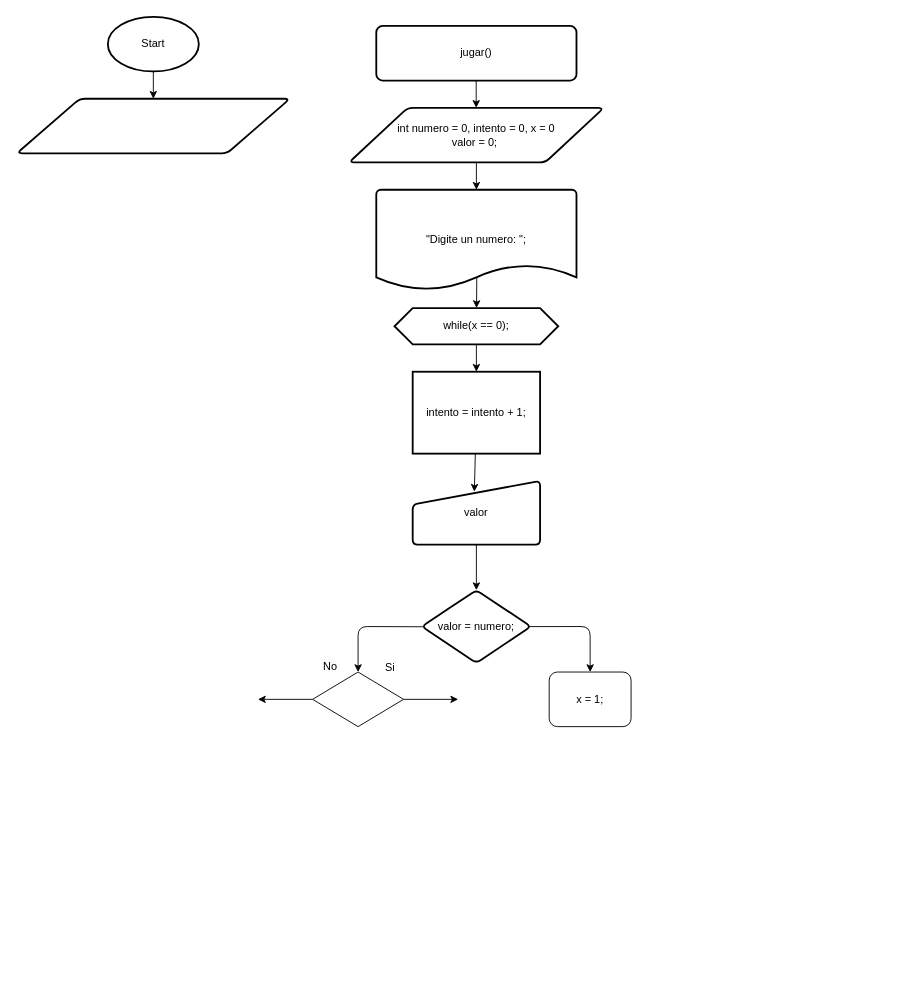
The draw.io diagram NumeroAleatorio.drawio in AnthonyLozadaAlexander/DiagramaDeFlujos, before the edit. Source tidied: cells renumbered, new cells numbered last; positions are measured from the earlier drawing's top-left corner, leaving out a move shared by most shapes. Both pictures are drawn from the tidied source at 91%, with x=0, y=0 at pixel (16, 16).
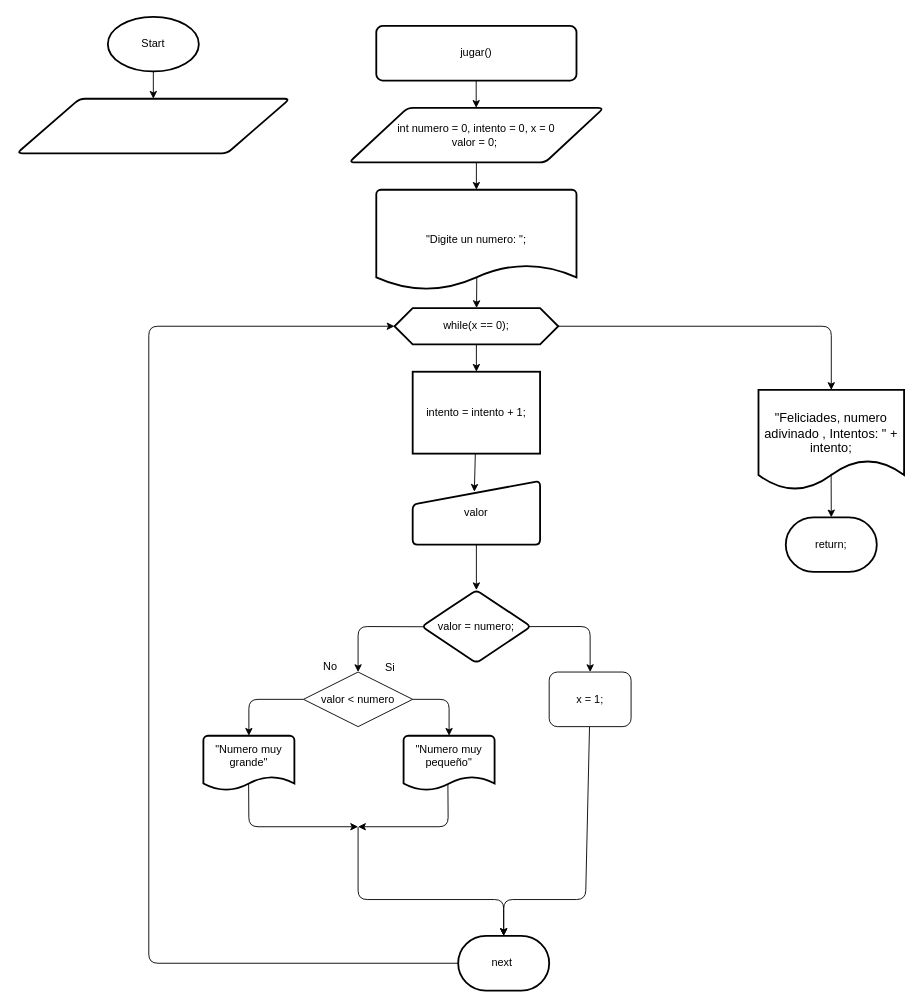
The same diagram, later.

Commit message:
Actualizar diagrama de flujo del método de números aleatorios para mejorar la lógica de flujo y la visualización de los procesos.

The change refers to these unchanged cells:
```xml
<mxCell id="12" value="while(x == 0);" style="whiteSpace=wrap;html=1;strokeWidth=2;shape=hexagon;perimeter=hexagonPerimeter2;fixedSize=1;" parent="1" vertex="1">
  <mxGeometry x="415" y="320" width="180" height="40" as="geometry" />
</mxCell>
<mxCell id="20" value="x = 1;" style="rounded=1;whiteSpace=wrap;html=1;" parent="1" vertex="1">
  <mxGeometry x="585" y="720" width="90" height="60" as="geometry" />
</mxCell>
```

The edit, as a diff of the source:
```diff
@@
+    <mxCell id="26" style="edgeStyle=none;html=1;exitX=1;exitY=0.5;exitDx=0;exitDy=0;" parent="1" edge="1" source="12">
+      <mxGeometry relative="1" as="geometry">
+        <mxPoint x="895" y="410" as="targetPoint" />
+        <Array as="points">
+          <mxPoint x="895" y="340" />
+        </Array>
+      </mxGeometry>
+    </mxCell>
@@
+    <mxCell id="27" style="edgeStyle=none;html=1;" parent="1" edge="1" source="20">
+      <mxGeometry relative="1" as="geometry">
+        <mxPoint x="535" y="1010" as="targetPoint" />
+        <Array as="points">
+          <mxPoint x="625" y="970" />
+          <mxPoint x="535" y="970" />
+        </Array>
+      </mxGeometry>
+    </mxCell>
@@
-    <mxCell id="21" style="edgeStyle=none;html=1;" parent="1" edge="1" source="23">
+    <mxCell id="21" style="edgeStyle=none;html=1;exitX=0.497;exitY=0.861;exitDx=0;exitDy=0;exitPerimeter=0;" parent="1" edge="1" source="32">
       <mxGeometry relative="1" as="geometry">
-        <mxPoint x="265" y="750" as="targetPoint" />
+        <mxPoint x="375" y="890" as="targetPoint" />
+        <Array as="points">
+          <mxPoint x="255" y="890" />
+        </Array>
       </mxGeometry>
     </mxCell>
-    <mxCell id="22" style="edgeStyle=none;html=1;" parent="1" edge="1" source="23">
+    <mxCell id="22" style="edgeStyle=none;html=1;entryX=0.5;entryY=0;entryDx=0;entryDy=0;entryPerimeter=0;exitX=1;exitY=0.5;exitDx=0;exitDy=0;" parent="1" edge="1" source="23" target="29">
       <mxGeometry relative="1" as="geometry">
-        <mxPoint x="485" y="750" as="targetPoint" />
+        <Array as="points">
+          <mxPoint x="475" y="750" />
+        </Array>
       </mxGeometry>
     </mxCell>
-    <mxCell id="23" style="rhombus;whiteSpace=wrap;html=1;" parent="1" vertex="1">
-      <mxGeometry x="325" y="720" width="100" height="60" as="geometry" />
+    <mxCell id="23" value="valor &amp;lt; numero" style="rhombus;whiteSpace=wrap;html=1;" parent="1" vertex="1">
+      <mxGeometry x="315" y="720" width="120" height="60" as="geometry" />
     </mxCell>
@@
+    <mxCell id="28" style="edgeStyle=none;html=1;exitX=0.487;exitY=0.884;exitDx=0;exitDy=0;exitPerimeter=0;" parent="1" edge="1" source="29">
+      <mxGeometry relative="1" as="geometry">
+        <mxPoint x="375" y="890" as="targetPoint" />
+        <Array as="points">
+          <mxPoint x="474" y="890" />
+        </Array>
+      </mxGeometry>
+    </mxCell>
+    <mxCell id="29" value="&quot;Numero muy pequeño&quot;&lt;div&gt;&lt;br&gt;&lt;/div&gt;" style="strokeWidth=2;html=1;shape=mxgraph.flowchart.document2;whiteSpace=wrap;size=0.25;" parent="1" vertex="1">
+      <mxGeometry x="425" y="790" width="100" height="60" as="geometry" />
+    </mxCell>
+    <mxCell id="30" style="edgeStyle=none;orthogonalLoop=1;jettySize=auto;html=1;" parent="1" edge="1">
+      <mxGeometry relative="1" as="geometry">
+        <mxPoint x="375" y="890" as="sourcePoint" />
+        <mxPoint x="535" y="1010" as="targetPoint" />
+        <Array as="points">
+          <mxPoint x="375" y="970" />
+          <mxPoint x="535" y="970" />
+        </Array>
+      </mxGeometry>
+    </mxCell>
+    <mxCell id="31" style="edgeStyle=none;html=1;entryX=0.5;entryY=0;entryDx=0;entryDy=0;entryPerimeter=0;" parent="1" edge="1" source="23" target="32">
+      <mxGeometry relative="1" as="geometry">
+        <Array as="points">
+          <mxPoint x="255" y="750" />
+        </Array>
+      </mxGeometry>
+    </mxCell>
+    <mxCell id="32" value="&lt;div&gt;&quot;Numero muy grande&quot;&lt;/div&gt;&lt;div&gt;&lt;br&gt;&lt;/div&gt;" style="strokeWidth=2;html=1;shape=mxgraph.flowchart.document2;whiteSpace=wrap;size=0.25;" parent="1" vertex="1">
+      <mxGeometry x="205" y="790" width="100" height="60" as="geometry" />
+    </mxCell>
+    <mxCell id="33" style="edgeStyle=none;html=1;entryX=0;entryY=0.5;entryDx=0;entryDy=0;exitX=0;exitY=0.5;exitDx=0;exitDy=0;exitPerimeter=0;" parent="1" edge="1" source="34" target="12">
+      <mxGeometry relative="1" as="geometry">
+        <Array as="points">
+          <mxPoint x="145" y="1040" />
+          <mxPoint x="145" y="340" />
+        </Array>
+      </mxGeometry>
+    </mxCell>
+    <mxCell id="34" value="next&amp;nbsp;" style="strokeWidth=2;html=1;shape=mxgraph.flowchart.terminator;whiteSpace=wrap;" parent="1" vertex="1">
+      <mxGeometry x="485" y="1010" width="100" height="60" as="geometry" />
+    </mxCell>
+    <mxCell id="35" value="&lt;div&gt;&lt;br&gt;&lt;/div&gt;&quot;Feliciades, numero adivinado , Intentos: &quot; + intento;" style="shape=document;whiteSpace=wrap;html=1;boundedLbl=1;strokeWidth=2;fontSize=14;" parent="1" vertex="1">
+      <mxGeometry x="815" y="410" width="160" height="110" as="geometry" />
+    </mxCell>
+    <mxCell id="36" style="edgeStyle=none;jettySize=auto;html=1;exitX=0.499;exitY=0.837;exitDx=0;exitDy=0;exitPerimeter=0;" parent="1" edge="1" source="35">
+      <mxGeometry relative="1" as="geometry">
+        <mxPoint x="895" y="550" as="targetPoint" />
+      </mxGeometry>
+    </mxCell>
+    <mxCell id="37" value="return;" style="strokeWidth=2;html=1;shape=mxgraph.flowchart.terminator;whiteSpace=wrap;" parent="1" vertex="1">
+      <mxGeometry x="845" y="550" width="100" height="60" as="geometry" />
+    </mxCell>
```
